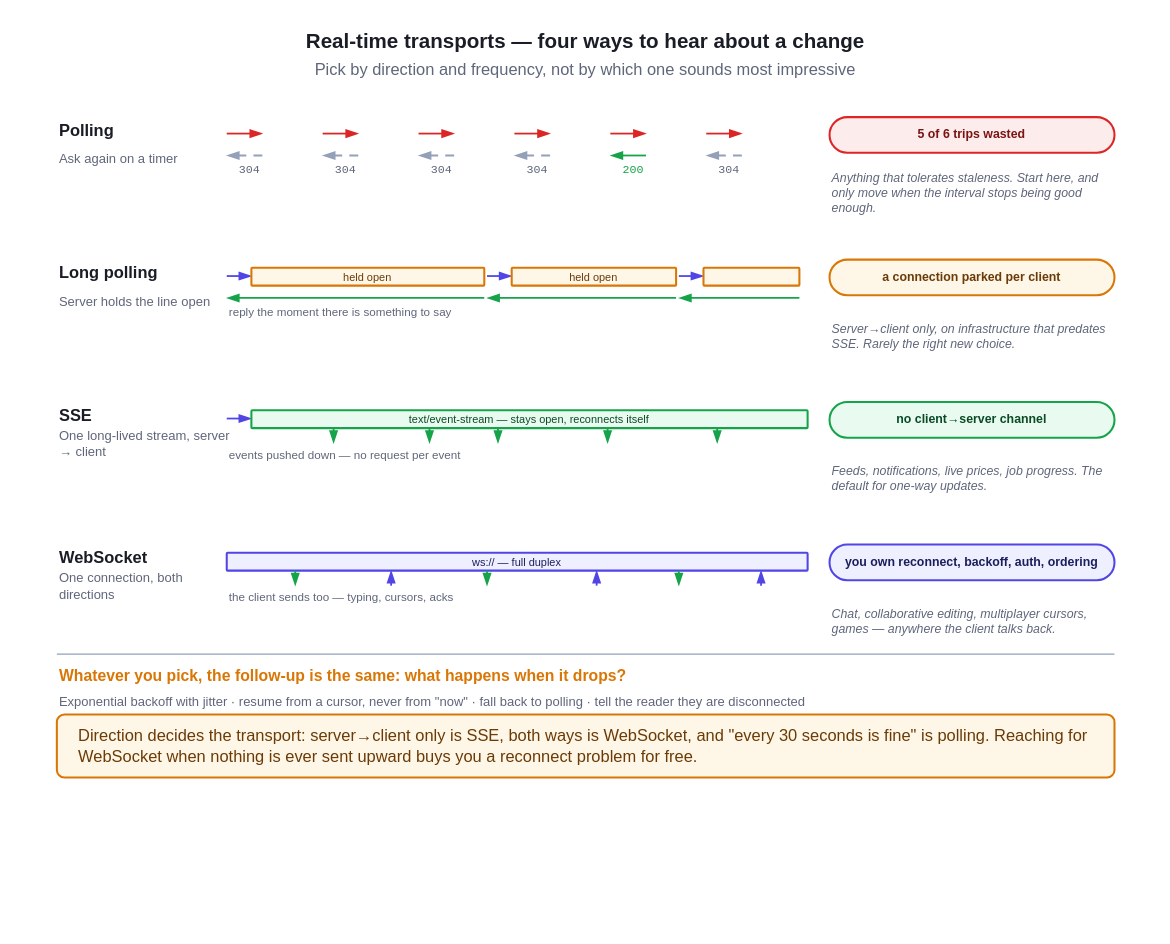
Earlier version of the draw.io diagram diagrams/sysdesign/realtime-transports.drawio (abstrekt/FrontendVerse). Source tidied: cells renumbered, new cells numbered last; positions are measured from the earlier drawing's top-left corner, leaving out a move shared by most shapes. Both pictures are drawn from the tidied source at 137%, with x=0, y=0 at pixel (23, 23).
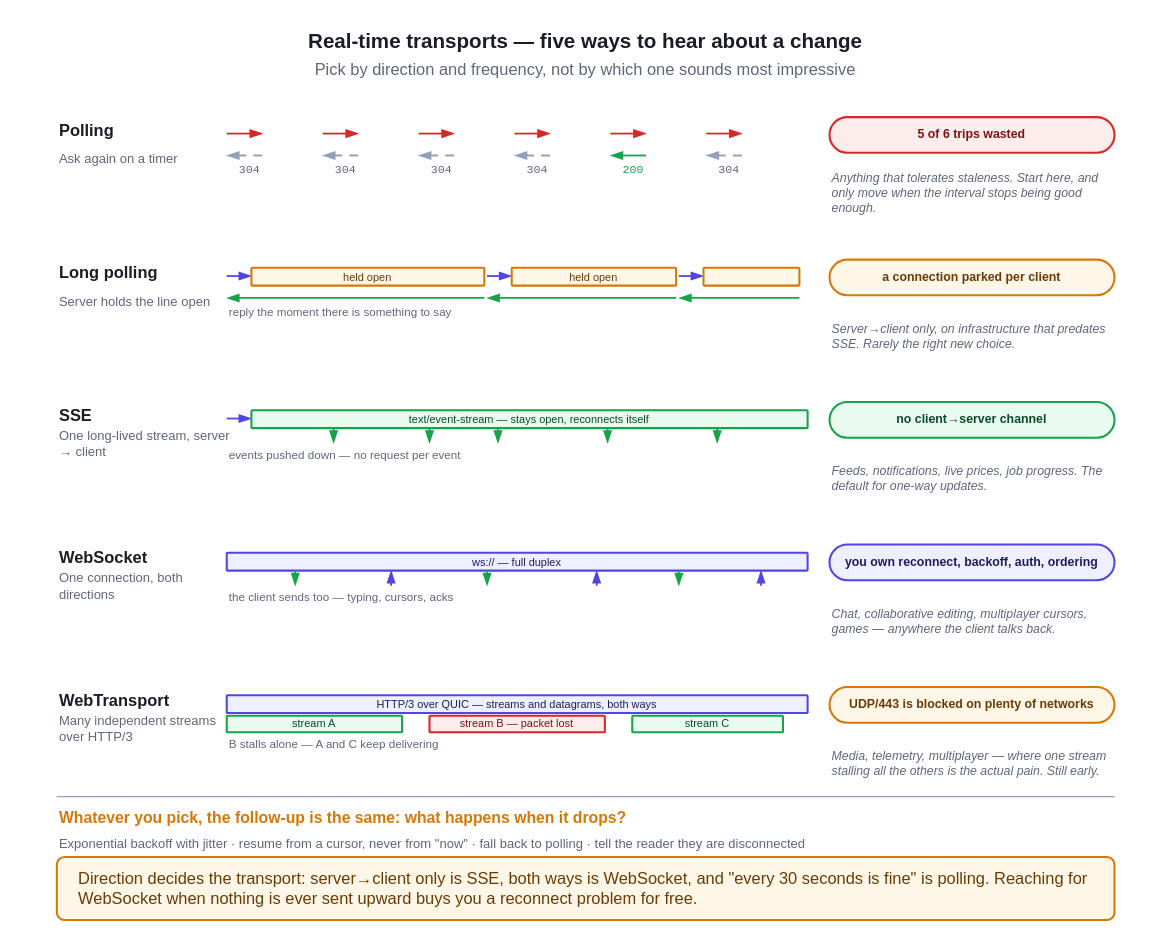
Above is the later version.

What changed in the source:
```diff
@@
-    <mxCell id="2" value="Real-time transports — four ways to hear about a change" style="html=1;whiteSpace=wrap;strokeColor=none;fillColor=none;align=center;verticalAlign=middle;fontColor=#1A1D26;fontSize=15;fontFamily=Helvetica;fontStyle=1;" parent="1" vertex="1">
+    <mxCell id="2" value="Real-time transports — five ways to hear about a change" style="html=1;whiteSpace=wrap;strokeColor=none;fillColor=none;align=center;verticalAlign=middle;fontColor=#1A1D26;fontSize=15;fontFamily=Helvetica;fontStyle=1;" parent="1" vertex="1">
       <mxGeometry width="820" height="24" as="geometry" />
     </mxCell>
@@
-    <mxCell id="64" style="edgeStyle=none;rounded=0;html=1;strokeColor=#94A0B8;strokeWidth=1;startArrow=none;startFill=0;endArrow=none;endFill=0;fontSize=11;fontColor=#5F667A;fontFamily=Helvetica;labelBackgroundColor=#FFFFFF;" parent="1" edge="1">
-      <mxGeometry relative="1" as="geometry">
-        <mxPoint x="24" y="460" as="sourcePoint" />
-        <mxPoint x="796" y="460" as="targetPoint" />
-      </mxGeometry>
-    </mxCell>
+    <mxCell id="68" value="WebTransport" style="html=1;whiteSpace=wrap;strokeColor=none;fillColor=none;align=left;verticalAlign=middle;fontColor=#1A1D26;fontSize=12;fontFamily=Helvetica;fontStyle=1;" parent="1" vertex="1">
+      <mxGeometry x="24" y="486" width="128" height="16" as="geometry" />
+    </mxCell>
-    <mxCell id="65" value="Whatever you pick, the follow-up is the same: what happens when it drops?" style="html=1;whiteSpace=wrap;strokeColor=none;fillColor=none;align=left;verticalAlign=middle;fontColor=#D97706;fontSize=11.5;fontFamily=Helvetica;fontStyle=1;" parent="1" vertex="1">
-      <mxGeometry x="24" y="468" width="772" height="16" as="geometry" />
+    <mxCell id="65" value="Many independent streams over HTTP/3" style="html=1;whiteSpace=wrap;strokeColor=none;fillColor=none;align=left;verticalAlign=middle;fontColor=#5F667A;fontSize=9.5;fontFamily=Helvetica;" parent="1" vertex="1">
+      <mxGeometry x="24" y="501" width="128" height="26" as="geometry" />
     </mxCell>
+    <mxCell id="69" value="HTTP/3 over QUIC — streams and datagrams, both ways" style="rounded=1;arcSize=5;whiteSpace=wrap;html=1;fillColor=#EEF0FF;strokeColor=#5145E5;strokeWidth=1.5;fontColor=#1B1E5C;fontSize=8;fontFamily=Helvetica;align=center;verticalAlign=middle;shadow=0;" parent="1" vertex="1">
+      <mxGeometry x="148" y="490" width="424" height="13" as="geometry" />
+    </mxCell>
+    <mxCell id="67" value="stream A" style="rounded=1;arcSize=5;whiteSpace=wrap;html=1;fillColor=#E9FBF0;strokeColor=#16A34A;strokeWidth=1.5;fontColor=#0A4A25;fontSize=8;fontFamily=Helvetica;align=center;verticalAlign=middle;shadow=0;" parent="1" vertex="1">
+      <mxGeometry x="148" y="505" width="128" height="12" as="geometry" />
+    </mxCell>
+    <mxCell id="70" value="stream B — packet lost" style="rounded=1;arcSize=5;whiteSpace=wrap;html=1;fillColor=#FDECEC;strokeColor=#DC2626;strokeWidth=1.5;fontColor=#7A1414;fontSize=8;fontFamily=Helvetica;align=center;verticalAlign=middle;shadow=0;" parent="1" vertex="1">
+      <mxGeometry x="296" y="505" width="128" height="12" as="geometry" />
+    </mxCell>
+    <mxCell id="71" value="stream C" style="rounded=1;arcSize=5;whiteSpace=wrap;html=1;fillColor=#E9FBF0;strokeColor=#16A34A;strokeWidth=1.5;fontColor=#0A4A25;fontSize=8;fontFamily=Helvetica;align=center;verticalAlign=middle;shadow=0;" parent="1" vertex="1">
+      <mxGeometry x="444" y="505" width="110" height="12" as="geometry" />
+    </mxCell>
+    <mxCell id="72" value="B stalls alone — A and C keep delivering" style="html=1;whiteSpace=wrap;strokeColor=none;fillColor=none;align=left;verticalAlign=middle;fontColor=#5F667A;fontSize=8.5;fontFamily=Helvetica;" parent="1" vertex="1">
+      <mxGeometry x="148" y="519" width="320" height="13" as="geometry" />
+    </mxCell>
+    <mxCell id="73" value="UDP/443 is blocked on plenty of networks" style="rounded=1;arcSize=50;whiteSpace=wrap;html=1;fillColor=#FEF6E7;strokeColor=#D97706;strokeWidth=1.5;fontColor=#6B3A05;fontSize=9;fontFamily=Helvetica;fontStyle=1;" parent="1" vertex="1">
+      <mxGeometry x="588" y="484" width="208" height="26" as="geometry" />
+    </mxCell>
+    <mxCell id="74" value="Media, telemetry, multiplayer — where one stream stalling all the others is the actual pain. Still early." style="html=1;whiteSpace=wrap;strokeColor=none;fillColor=none;align=left;verticalAlign=middle;fontColor=#5F667A;fontSize=9;fontFamily=Helvetica;fontStyle=2;" parent="1" vertex="1">
+      <mxGeometry x="588" y="514" width="208" height="52" as="geometry" />
+    </mxCell>
+    <mxCell id="75" style="edgeStyle=none;rounded=0;html=1;strokeColor=#94A0B8;strokeWidth=1;startArrow=none;startFill=0;endArrow=none;endFill=0;fontSize=11;fontColor=#5F667A;fontFamily=Helvetica;labelBackgroundColor=#FFFFFF;" parent="1" edge="1">
+      <mxGeometry relative="1" as="geometry">
+        <mxPoint x="24" y="564" as="sourcePoint" />
+        <mxPoint x="796" y="564" as="targetPoint" />
+      </mxGeometry>
+    </mxCell>
+    <mxCell id="76" value="Whatever you pick, the follow-up is the same: what happens when it drops?" style="html=1;whiteSpace=wrap;strokeColor=none;fillColor=none;align=left;verticalAlign=middle;fontColor=#D97706;fontSize=11.5;fontFamily=Helvetica;fontStyle=1;" parent="1" vertex="1">
+      <mxGeometry x="24" y="572" width="772" height="16" as="geometry" />
+    </mxCell>
     <mxCell id="66" value="Exponential backoff with jitter  ·  resume from a cursor, never from &amp;quot;now&amp;quot;  ·  fall back to polling  ·  tell the reader they are disconnected" style="html=1;whiteSpace=wrap;strokeColor=none;fillColor=none;align=left;verticalAlign=middle;fontColor=#5F667A;fontSize=9.5;fontFamily=Helvetica;" parent="1" vertex="1">
-      <mxGeometry x="24" y="486" width="772" height="16" as="geometry" />
+      <mxGeometry x="24" y="590" width="772" height="16" as="geometry" />
     </mxCell>
-    <mxCell id="67" value="Direction decides the transport: server→client only is SSE, both ways is WebSocket, and &amp;quot;every 30 seconds is fine&amp;quot; is polling. Reaching for WebSocket when nothing is ever sent upward buys you a reconnect problem for free." style="rounded=1;arcSize=12;whiteSpace=wrap;html=1;fillColor=#FEF6E7;strokeColor=#D97706;strokeWidth=1.5;fontColor=#6B3A05;fontSize=12;fontFamily=Helvetica;align=left;verticalAlign=middle;spacingLeft=14;shadow=0;" parent="1" vertex="1">
-      <mxGeometry x="24" y="504" width="772" height="46" as="geometry" />
-    </mxCell>
+    <mxCell id="77" value="Direction decides the transport: server→client only is SSE, both ways is WebSocket, and &amp;quot;every 30 seconds is fine&amp;quot; is polling. Reaching for WebSocket when nothing is ever sent upward buys you a reconnect problem for free." style="rounded=1;arcSize=12;whiteSpace=wrap;html=1;fillColor=#FEF6E7;strokeColor=#D97706;strokeWidth=1.5;fontColor=#6B3A05;fontSize=12;fontFamily=Helvetica;align=left;verticalAlign=middle;spacingLeft=14;shadow=0;" parent="1" vertex="1">
+      <mxGeometry x="24" y="608" width="772" height="46" as="geometry" />
+    </mxCell>
```
